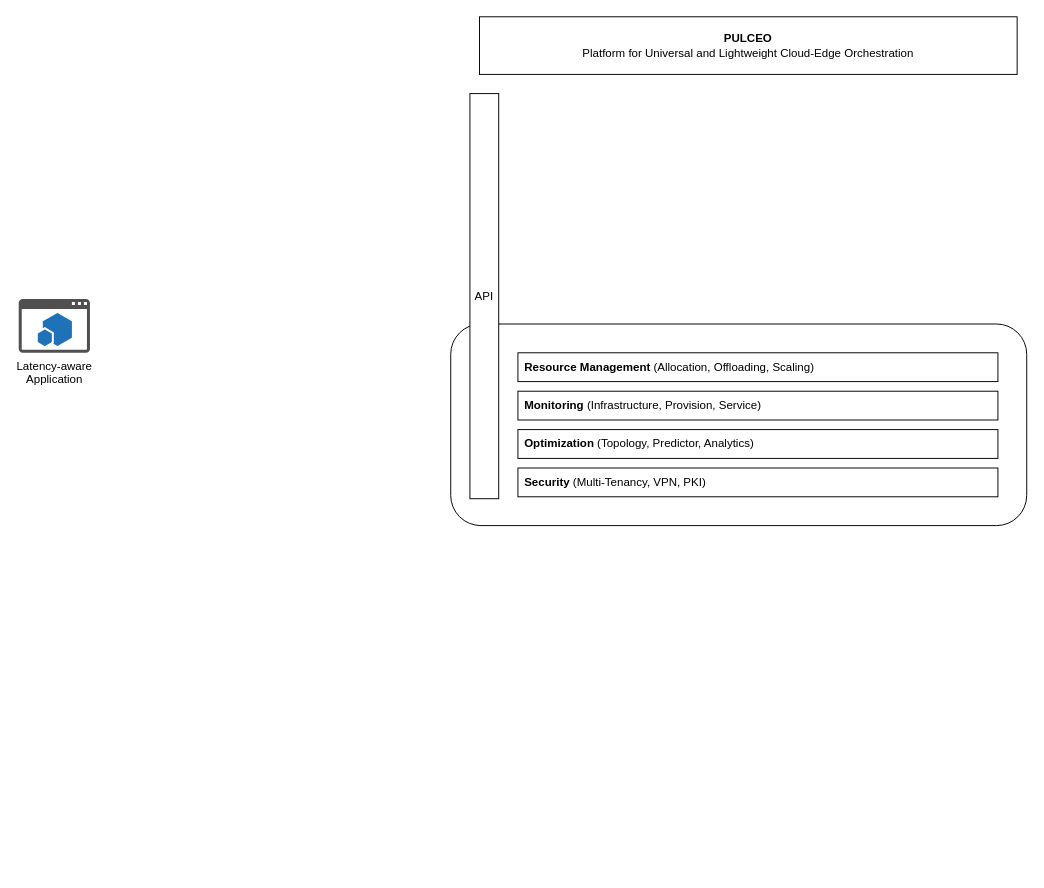
Earlier version of the draw.io diagram src/assets/pulceo-high-level-overview.drawio (spboehm/pulceo-docs). Source tidied: cells renumbered, new cells numbered last; positions are measured from the earlier drawing's top-left corner, leaving out a move shared by most shapes. Both pictures are drawn from the tidied source at 96%, with x=0, y=0 at pixel (18, 16).
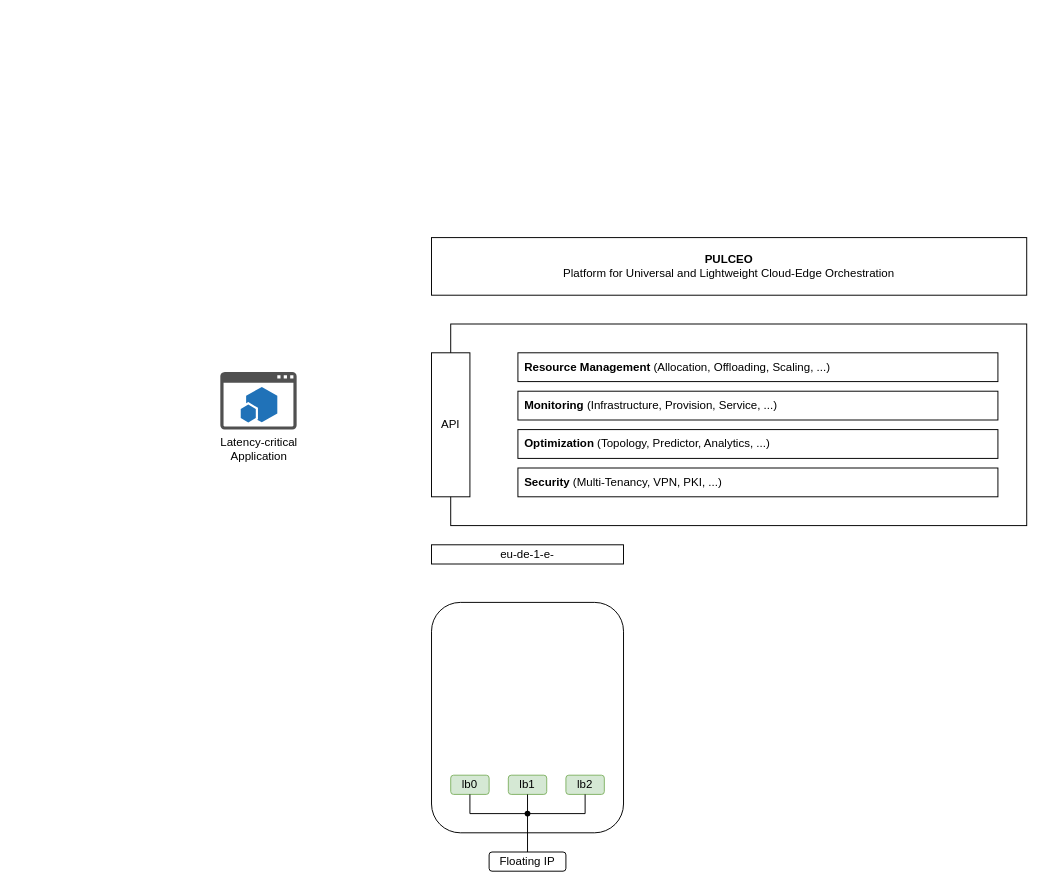
The same page after the edit.

Commit message (it also covers changes not shown here):
update pulceo high-level overview

Diff of the diagram source:
```diff
@@
+    <mxCell id="10" style="rounded=1;whiteSpace=wrap;html=1;fillColor=none;" parent="1" vertex="1">
+      <mxGeometry x="430" y="610" width="200" height="240" as="geometry" />
+    </mxCell>
-    <mxCell id="2" style="rounded=1;whiteSpace=wrap;html=1;" parent="1" vertex="1">
+    <mxCell id="2" style="whiteSpace=wrap;html=1;" parent="1" vertex="1">
       <mxGeometry x="450" y="320" width="600" height="210" as="geometry" />
     </mxCell>
-    <mxCell id="3" value="&lt;b&gt;PULCEO&lt;/b&gt;&lt;br&gt;Platform for Universal and Lightweight Cloud-Edge Orchestration" style="rounded=0;whiteSpace=wrap;html=1;" parent="1" vertex="1">
-      <mxGeometry x="480" width="560" height="60" as="geometry" />
+    <mxCell id="3" value="&lt;b&gt;PULCEO&lt;/b&gt;&lt;br&gt;Platform for Universal and Lightweight Cloud-Edge Orchestration" style="whiteSpace=wrap;html=1;" parent="1" vertex="1">
+      <mxGeometry x="430" y="230" width="620" height="60" as="geometry" />
     </mxCell>
-    <mxCell id="4" value="&lt;b&gt;Monitoring &lt;/b&gt;(Infrastructure, Provision, Service)" style="rounded=0;whiteSpace=wrap;html=1;align=left;spacingLeft=5;" parent="1" vertex="1">
+    <mxCell id="4" value="&lt;b&gt;Monitoring &lt;/b&gt;(Infrastructure, Provision, Service, ...)" style="whiteSpace=wrap;html=1;align=left;spacingLeft=5;" parent="1" vertex="1">
       <mxGeometry x="520" y="390" width="500" height="30" as="geometry" />
     </mxCell>
-    <mxCell id="5" value="&lt;b&gt;Resource Management&lt;/b&gt;&amp;nbsp;(Allocation, Offloading, Scaling)" style="rounded=0;whiteSpace=wrap;html=1;align=left;spacingLeft=5;" parent="1" vertex="1">
+    <mxCell id="5" value="&lt;b&gt;Resource Management&lt;/b&gt;&amp;nbsp;(Allocation, Offloading, Scaling, ...)" style="whiteSpace=wrap;html=1;align=left;spacingLeft=5;" parent="1" vertex="1">
       <mxGeometry x="520" y="350" width="500" height="30" as="geometry" />
     </mxCell>
-    <mxCell id="6" value="Latency-aware&lt;br&gt;Application" style="sketch=0;shadow=0;dashed=0;html=1;strokeColor=none;fillColor=#505050;labelPosition=center;verticalLabelPosition=bottom;verticalAlign=top;align=center;shape=mxgraph.office.concepts.app_for_sharepoint;" parent="1" vertex="1">
-      <mxGeometry y="294" width="74.2" height="56" as="geometry" />
+    <mxCell id="6" value="Latency-critical&lt;br&gt;Application" style="shadow=0;dashed=0;html=1;strokeColor=none;fillColor=#505050;labelPosition=center;verticalLabelPosition=bottom;verticalAlign=top;align=center;shape=mxgraph.office.concepts.app_for_sharepoint;" parent="1" vertex="1">
+      <mxGeometry x="210" y="370" width="79.5" height="60" as="geometry" />
     </mxCell>
-    <mxCell id="7" value="API" style="rounded=0;whiteSpace=wrap;html=1;" parent="1" vertex="1">
-      <mxGeometry x="470" y="80" width="30" height="422" as="geometry" />
+    <mxCell id="7" value="API" style="whiteSpace=wrap;html=1;" parent="1" vertex="1">
+      <mxGeometry x="430" y="350" width="40" height="150" as="geometry" />
     </mxCell>
-    <mxCell id="8" value="&lt;b&gt;Optimization &lt;/b&gt;(Topology, Predictor, Analytics)" style="rounded=0;whiteSpace=wrap;html=1;align=left;spacingLeft=5;" parent="1" vertex="1">
+    <mxCell id="8" value="&lt;b&gt;Optimization &lt;/b&gt;(Topology, Predictor, Analytics, ...)" style="whiteSpace=wrap;html=1;align=left;spacingLeft=5;" parent="1" vertex="1">
       <mxGeometry x="520" y="430" width="500" height="30" as="geometry" />
     </mxCell>
-    <mxCell id="9" value="&lt;b&gt;Security &lt;/b&gt;(Multi-Tenancy, VPN, PKI)" style="rounded=0;whiteSpace=wrap;html=1;align=left;spacingLeft=5;" parent="1" vertex="1">
+    <mxCell id="9" value="&lt;b&gt;Security &lt;/b&gt;(Multi-Tenancy, VPN, PKI, ...)" style="whiteSpace=wrap;html=1;align=left;spacingLeft=5;" parent="1" vertex="1">
       <mxGeometry x="520" y="470" width="500" height="30" as="geometry" />
     </mxCell>
+    <mxCell id="11" value="lb0" style="rounded=1;whiteSpace=wrap;html=1;fillColor=#d5e8d4;strokeColor=#82b366;" parent="1" vertex="1">
+      <mxGeometry x="450" y="790" width="40" height="20" as="geometry" />
+    </mxCell>
+    <mxCell id="12" value="lb1" style="rounded=1;whiteSpace=wrap;html=1;fillColor=#d5e8d4;strokeColor=#82b366;" parent="1" vertex="1">
+      <mxGeometry x="510" y="790" width="40" height="20" as="geometry" />
+    </mxCell>
+    <mxCell id="13" value="lb2" style="rounded=1;whiteSpace=wrap;html=1;fillColor=#d5e8d4;strokeColor=#82b366;" parent="1" vertex="1">
+      <mxGeometry x="570" y="790" width="40" height="20" as="geometry" />
+    </mxCell>
+    <mxCell id="14" style="shape=waypoint;sketch=0;fillStyle=solid;size=6;points=[];fillColor=none;perimeter=centerPerimeter;snapToPoint=1;" parent="1" vertex="1">
+      <mxGeometry x="510" y="810" width="40" height="40" as="geometry" />
+    </mxCell>
+    <mxCell id="15" style="endArrow=none;html=1;rounded=0;entryX=0.5;entryY=1;entryDx=0;entryDy=0;" parent="1" edge="1" source="14" target="13">
+      <mxGeometry relative="1" as="geometry">
+        <Array as="points">
+          <mxPoint x="590" y="830" />
+        </Array>
+      </mxGeometry>
+    </mxCell>
+    <mxCell id="16" style="endArrow=none;html=1;rounded=0;entryX=0.5;entryY=1;entryDx=0;entryDy=0;exitX=0.504;exitY=0.596;exitDx=0;exitDy=0;exitPerimeter=0;" parent="1" edge="1" source="14" target="12">
+      <mxGeometry relative="1" as="geometry" />
+    </mxCell>
+    <mxCell id="17" style="endArrow=none;html=1;rounded=0;exitX=0.404;exitY=0.568;exitDx=0;exitDy=0;exitPerimeter=0;entryX=0.5;entryY=1;entryDx=0;entryDy=0;" parent="1" edge="1" source="14" target="11">
+      <mxGeometry relative="1" as="geometry">
+        <Array as="points">
+          <mxPoint x="470" y="830" />
+        </Array>
+      </mxGeometry>
+    </mxCell>
+    <mxCell id="18" value="Floating IP" style="rounded=1;whiteSpace=wrap;html=1;fillColor=default;" parent="1" vertex="1">
+      <mxGeometry x="490" y="870" width="80" height="20" as="geometry" />
+    </mxCell>
+    <mxCell id="19" style="endArrow=none;html=1;rounded=0;" parent="1" edge="1" source="18" target="14">
+      <mxGeometry relative="1" as="geometry" />
+    </mxCell>
+    <mxCell id="20" value="eu-de-1-e-" style="rounded=0;whiteSpace=wrap;html=1;fillColor=default;" parent="1" vertex="1">
+      <mxGeometry x="430" y="550" width="200" height="20" as="geometry" />
+    </mxCell>
```
